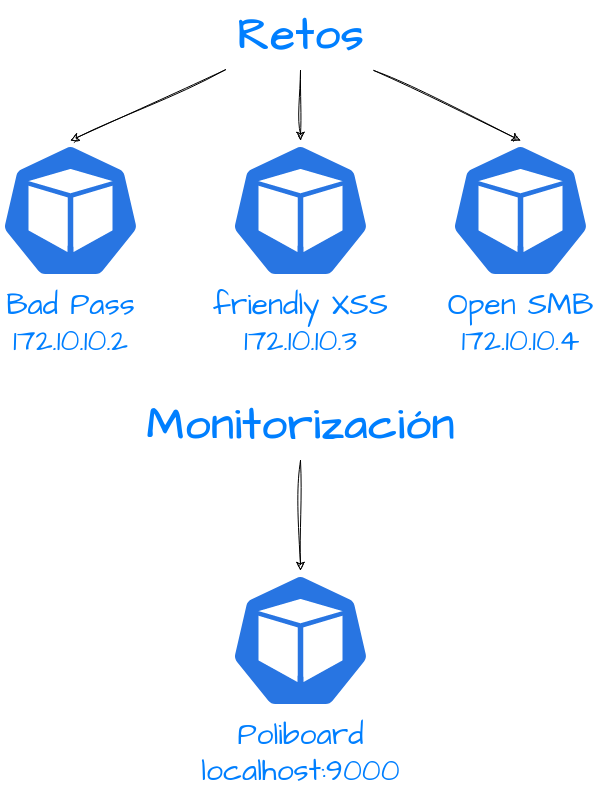
This is Images/docker.png from Newolfdark/TFM_Alejandro_Palacios, a draw.io export, as it was before one commit. Source tidied: cells renumbered, new cells last; positions are measured from the earlier drawing's top-left corner, leaving out a move shared by most shapes.
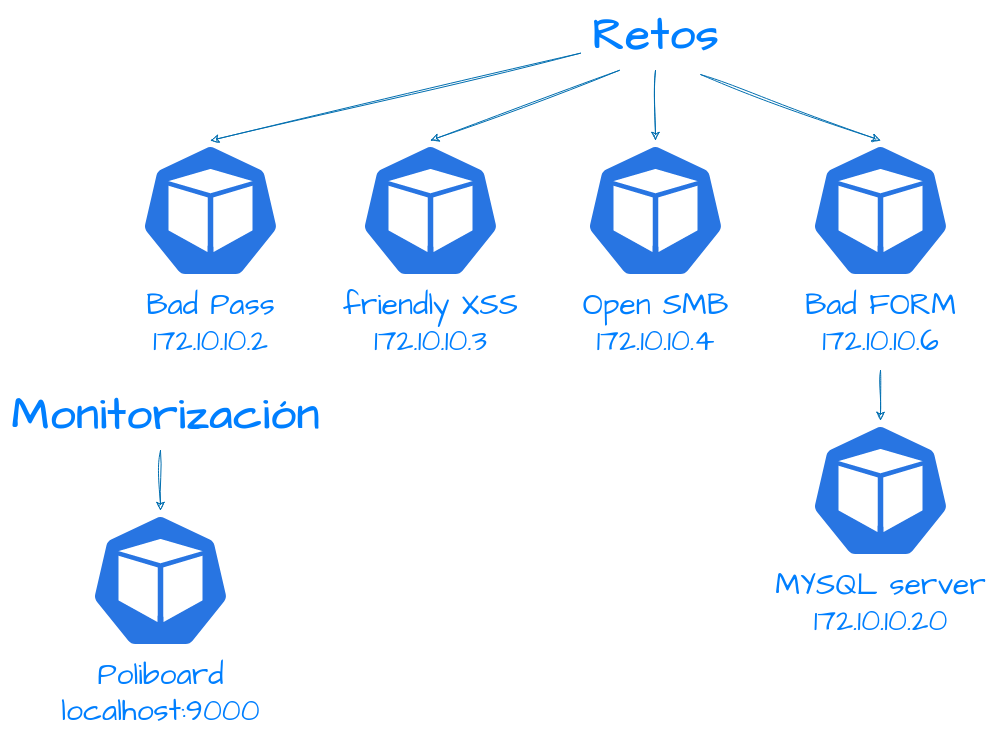
Above is the later version.

Change to the diagram source:
```diff
@@ -3,34 +3,51 @@
     <mxCell id="0" />
     <mxCell id="1" parent="0" />
     <mxCell id="2" value="&lt;div style=&quot;font-size: 30px;&quot;&gt;&lt;font style=&quot;font-size: 30px;&quot; color=&quot;#007FFF&quot;&gt;Bad Pass&lt;/font&gt;&lt;/div&gt;&lt;div style=&quot;font-size: 30px;&quot;&gt;&lt;font style=&quot;font-size: 30px;&quot; color=&quot;#007FFF&quot;&gt;172.10.10.2&lt;/font&gt;&lt;/div&gt;" style="sketch=0;html=1;dashed=0;whitespace=wrap;fillColor=#2875E2;strokeColor=#ffffff;points=[[0.005,0.63,0],[0.1,0.2,0],[0.9,0.2,0],[0.5,0,0],[0.995,0.63,0],[0.72,0.99,0],[0.5,1,0],[0.28,0.99,0]];verticalLabelPosition=bottom;align=center;verticalAlign=top;shape=mxgraph.kubernetes.icon;prIcon=pod;hachureGap=4;jiggle=2;curveFitting=1;fontFamily=Architects Daughter;fontSource=https%3A%2F%2Ffonts.googleapis.com%2Fcss%3Ffamily%3DArchitects%2BDaughter;fontSize=20;fontColor=#1A1A1A;" parent="1" vertex="1">
-      <mxGeometry y="140" width="140" height="140" as="geometry" />
+      <mxGeometry x="-215" y="150" width="140" height="140" as="geometry" />
     </mxCell>
     <mxCell id="3" value="&lt;div style=&quot;font-size: 30px;&quot;&gt;&lt;font color=&quot;#007FFF&quot;&gt;friendly XSS&lt;br&gt;&lt;/font&gt;&lt;/div&gt;&lt;div style=&quot;font-size: 30px;&quot;&gt;&lt;font style=&quot;font-size: 30px;&quot; color=&quot;#007FFF&quot;&gt;172.10.10.3&lt;/font&gt;&lt;/div&gt;" style="sketch=0;html=1;dashed=0;whitespace=wrap;fillColor=#2875E2;strokeColor=#ffffff;points=[[0.005,0.63,0],[0.1,0.2,0],[0.9,0.2,0],[0.5,0,0],[0.995,0.63,0],[0.72,0.99,0],[0.5,1,0],[0.28,0.99,0]];verticalLabelPosition=bottom;align=center;verticalAlign=top;shape=mxgraph.kubernetes.icon;prIcon=pod;hachureGap=4;jiggle=2;curveFitting=1;fontFamily=Architects Daughter;fontSource=https%3A%2F%2Ffonts.googleapis.com%2Fcss%3Ffamily%3DArchitects%2BDaughter;fontSize=20;fontColor=#1A1A1A;" parent="1" vertex="1">
-      <mxGeometry x="230" y="140" width="140" height="140" as="geometry" />
+      <mxGeometry x="5" y="150" width="140" height="140" as="geometry" />
     </mxCell>
     <mxCell id="4" value="&lt;div style=&quot;font-size: 30px;&quot;&gt;&lt;font color=&quot;#007FFF&quot;&gt;Open SMB&lt;br&gt;&lt;/font&gt;&lt;/div&gt;&lt;div style=&quot;font-size: 30px;&quot;&gt;&lt;font style=&quot;font-size: 30px;&quot; color=&quot;#007FFF&quot;&gt;172.10.10.4&lt;/font&gt;&lt;/div&gt;" style="sketch=0;html=1;dashed=0;whitespace=wrap;fillColor=#2875E2;strokeColor=#ffffff;points=[[0.005,0.63,0],[0.1,0.2,0],[0.9,0.2,0],[0.5,0,0],[0.995,0.63,0],[0.72,0.99,0],[0.5,1,0],[0.28,0.99,0]];verticalLabelPosition=bottom;align=center;verticalAlign=top;shape=mxgraph.kubernetes.icon;prIcon=pod;hachureGap=4;jiggle=2;curveFitting=1;fontFamily=Architects Daughter;fontSource=https%3A%2F%2Ffonts.googleapis.com%2Fcss%3Ffamily%3DArchitects%2BDaughter;fontSize=20;fontColor=#1A1A1A;" parent="1" vertex="1">
-      <mxGeometry x="450" y="140" width="140" height="140" as="geometry" />
+      <mxGeometry x="230" y="150" width="140" height="140" as="geometry" />
     </mxCell>
     <mxCell id="5" value="&lt;div style=&quot;font-size: 30px;&quot;&gt;&lt;font style=&quot;font-size: 30px;&quot; color=&quot;#007FFF&quot;&gt;Poliboard&lt;br&gt;&lt;/font&gt;&lt;/div&gt;&lt;div style=&quot;font-size: 30px;&quot;&gt;&lt;font color=&quot;#007FFF&quot;&gt;localhost:9000&lt;/font&gt;&lt;/div&gt;" style="sketch=0;html=1;dashed=0;whitespace=wrap;fillColor=#2875E2;strokeColor=#ffffff;points=[[0.005,0.63,0],[0.1,0.2,0],[0.9,0.2,0],[0.5,0,0],[0.995,0.63,0],[0.72,0.99,0],[0.5,1,0],[0.28,0.99,0]];verticalLabelPosition=bottom;align=center;verticalAlign=top;shape=mxgraph.kubernetes.icon;prIcon=pod;hachureGap=4;jiggle=2;curveFitting=1;fontFamily=Architects Daughter;fontSource=https%3A%2F%2Ffonts.googleapis.com%2Fcss%3Ffamily%3DArchitects%2BDaughter;fontSize=20;fontColor=#1A1A1A;" parent="1" vertex="1">
-      <mxGeometry x="230" y="570" width="140" height="140" as="geometry" />
+      <mxGeometry x="-265" y="520" width="140" height="140" as="geometry" />
     </mxCell>
     <mxCell id="6" value="&lt;font style=&quot;font-size: 45px;&quot; color=&quot;#007FFF&quot;&gt;&lt;b&gt;Retos&lt;/b&gt;&lt;/font&gt;" style="text;html=1;align=center;verticalAlign=middle;points=[];strokeColor=none;fillColor=none;fontSize=20;fontFamily=Architects Daughter;" parent="1" vertex="1">
-      <mxGeometry x="225" width="150" height="70" as="geometry" />
+      <mxGeometry x="225" y="10" width="150" height="70" as="geometry" />
     </mxCell>
-    <mxCell id="7" style="endArrow=classic;html=1;rounded=0;sketch=1;hachureGap=4;jiggle=2;curveFitting=1;fontFamily=Architects Daughter;fontSource=https%3A%2F%2Ffonts.googleapis.com%2Fcss%3Ffamily%3DArchitects%2BDaughter;fontSize=16;entryX=0.5;entryY=0;entryDx=0;entryDy=0;entryPerimeter=0;" parent="1" edge="1" source="6" target="2">
+    <mxCell id="7" style="endArrow=classic;html=1;rounded=0;sketch=1;hachureGap=4;jiggle=2;curveFitting=1;fontFamily=Architects Daughter;fontSource=https%3A%2F%2Ffonts.googleapis.com%2Fcss%3Ffamily%3DArchitects%2BDaughter;fontSize=16;entryX=0.5;entryY=0;entryDx=0;entryDy=0;entryPerimeter=0;fillColor=#1ba1e2;strokeColor=#006EAF;" parent="1" edge="1" source="6" target="2">
       <mxGeometry relative="1" as="geometry" />
     </mxCell>
-    <mxCell id="8" style="endArrow=classic;html=1;rounded=0;sketch=1;hachureGap=4;jiggle=2;curveFitting=1;fontFamily=Architects Daughter;fontSource=https%3A%2F%2Ffonts.googleapis.com%2Fcss%3Ffamily%3DArchitects%2BDaughter;fontSize=16;entryX=0.5;entryY=0;entryDx=0;entryDy=0;entryPerimeter=0;" parent="1" edge="1" source="6" target="3">
+    <mxCell id="8" style="endArrow=classic;html=1;rounded=0;sketch=1;hachureGap=4;jiggle=2;curveFitting=1;fontFamily=Architects Daughter;fontSource=https%3A%2F%2Ffonts.googleapis.com%2Fcss%3Ffamily%3DArchitects%2BDaughter;fontSize=16;entryX=0.5;entryY=0;entryDx=0;entryDy=0;entryPerimeter=0;exitX=0.259;exitY=0.998;exitDx=0;exitDy=0;exitPerimeter=0;fillColor=#1ba1e2;strokeColor=#006EAF;" parent="1" edge="1" source="6" target="3">
       <mxGeometry relative="1" as="geometry" />
     </mxCell>
-    <mxCell id="9" style="endArrow=classic;html=1;rounded=0;sketch=1;hachureGap=4;jiggle=2;curveFitting=1;fontFamily=Architects Daughter;fontSource=https%3A%2F%2Ffonts.googleapis.com%2Fcss%3Ffamily%3DArchitects%2BDaughter;fontSize=16;entryX=0.5;entryY=0;entryDx=0;entryDy=0;entryPerimeter=0;" parent="1" edge="1" source="6" target="4">
+    <mxCell id="9" style="endArrow=classic;html=1;rounded=0;sketch=1;hachureGap=4;jiggle=2;curveFitting=1;fontFamily=Architects Daughter;fontSource=https%3A%2F%2Ffonts.googleapis.com%2Fcss%3Ffamily%3DArchitects%2BDaughter;fontSize=16;entryX=0.5;entryY=0;entryDx=0;entryDy=0;entryPerimeter=0;fillColor=#1ba1e2;strokeColor=#006EAF;" parent="1" edge="1" source="6" target="4">
       <mxGeometry relative="1" as="geometry" />
     </mxCell>
     <mxCell id="10" value="&lt;font style=&quot;font-size: 45px;&quot; color=&quot;#007FFF&quot;&gt;&lt;b&gt;Monitorización&lt;/b&gt;&lt;/font&gt;" style="text;html=1;align=center;verticalAlign=middle;points=[];strokeColor=none;fillColor=none;fontSize=20;fontFamily=Architects Daughter;" parent="1" vertex="1">
-      <mxGeometry x="135" y="390" width="330" height="70" as="geometry" />
+      <mxGeometry x="-355" y="390" width="330" height="70" as="geometry" />
     </mxCell>
-    <mxCell id="11" style="endArrow=classic;html=1;rounded=0;sketch=1;hachureGap=4;jiggle=2;curveFitting=1;fontFamily=Architects Daughter;fontSource=https%3A%2F%2Ffonts.googleapis.com%2Fcss%3Ffamily%3DArchitects%2BDaughter;fontSize=16;entryX=0.5;entryY=0;entryDx=0;entryDy=0;entryPerimeter=0;" parent="1" edge="1" source="10" target="5">
-      <mxGeometry relative="1" as="geometry" />
+    <mxCell id="11" style="endArrow=classic;html=1;rounded=0;sketch=1;hachureGap=4;jiggle=2;curveFitting=1;fontFamily=Architects Daughter;fontSource=https%3A%2F%2Ffonts.googleapis.com%2Fcss%3Ffamily%3DArchitects%2BDaughter;fontSize=16;entryX=0.5;entryY=0;entryDx=0;entryDy=0;entryPerimeter=0;fillColor=#1ba1e2;strokeColor=#006EAF;" parent="1" edge="1" target="5">
+      <mxGeometry relative="1" as="geometry">
+        <mxPoint x="-195" y="460" as="sourcePoint" />
+      </mxGeometry>
     </mxCell>
+    <mxCell id="12" value="&lt;div style=&quot;font-size: 30px;&quot;&gt;&lt;font color=&quot;#007FFF&quot;&gt;Bad FORM&lt;br&gt;&lt;/font&gt;&lt;/div&gt;&lt;div style=&quot;font-size: 30px;&quot;&gt;&lt;font style=&quot;font-size: 30px;&quot; color=&quot;#007FFF&quot;&gt;172.10.10.6&lt;/font&gt;&lt;/div&gt;" style="sketch=0;html=1;dashed=0;whitespace=wrap;fillColor=#2875E2;strokeColor=#ffffff;points=[[0.005,0.63,0],[0.1,0.2,0],[0.9,0.2,0],[0.5,0,0],[0.995,0.63,0],[0.72,0.99,0],[0.5,1,0],[0.28,0.99,0]];verticalLabelPosition=bottom;align=center;verticalAlign=top;shape=mxgraph.kubernetes.icon;prIcon=pod;hachureGap=4;jiggle=2;curveFitting=1;fontFamily=Architects Daughter;fontSource=https%3A%2F%2Ffonts.googleapis.com%2Fcss%3Ffamily%3DArchitects%2BDaughter;fontSize=20;fontColor=#1A1A1A;" parent="1" vertex="1">
+      <mxGeometry x="455" y="150" width="140" height="140" as="geometry" />
+    </mxCell>
+    <mxCell id="13" value="&lt;div style=&quot;font-size: 30px;&quot;&gt;&lt;font color=&quot;#007FFF&quot;&gt;MYSQL server&lt;br&gt;&lt;/font&gt;&lt;/div&gt;&lt;div style=&quot;font-size: 30px;&quot;&gt;&lt;font style=&quot;font-size: 30px;&quot; color=&quot;#007FFF&quot;&gt;172.10.10.20&lt;/font&gt;&lt;/div&gt;" style="sketch=0;html=1;dashed=0;whitespace=wrap;fillColor=#2875E2;strokeColor=#ffffff;verticalLabelPosition=bottom;align=center;verticalAlign=top;shape=mxgraph.kubernetes.icon;prIcon=pod;hachureGap=4;jiggle=2;curveFitting=1;fontFamily=Architects Daughter;fontSource=https%3A%2F%2Ffonts.googleapis.com%2Fcss%3Ffamily%3DArchitects%2BDaughter;fontSize=20;fontColor=#1A1A1A;" parent="1" vertex="1">
+      <mxGeometry x="455" y="430" width="140" height="140" as="geometry" />
+    </mxCell>
+    <mxCell id="14" style="endArrow=classic;html=1;rounded=0;sketch=1;hachureGap=4;jiggle=2;curveFitting=1;fontFamily=Architects Daughter;fontSource=https%3A%2F%2Ffonts.googleapis.com%2Fcss%3Ffamily%3DArchitects%2BDaughter;fontSize=16;entryX=0.5;entryY=0;entryDx=0;entryDy=0;entryPerimeter=0;fillColor=#1ba1e2;strokeColor=#006EAF;exitX=0.802;exitY=1.059;exitDx=0;exitDy=0;exitPerimeter=0;" parent="1" edge="1" source="6" target="12">
+      <mxGeometry relative="1" as="geometry" />
+    </mxCell>
+    <mxCell id="15" style="endArrow=classic;html=1;rounded=0;sketch=1;hachureGap=4;jiggle=2;curveFitting=1;fontFamily=Architects Daughter;fontSource=https%3A%2F%2Ffonts.googleapis.com%2Fcss%3Ffamily%3DArchitects%2BDaughter;fontSize=16;fillColor=#1ba1e2;strokeColor=#006EAF;" parent="1" edge="1">
+      <mxGeometry relative="1" as="geometry">
+        <mxPoint x="525" y="380" as="sourcePoint" />
+        <mxPoint x="525" y="430" as="targetPoint" />
+      </mxGeometry>
+    </mxCell>
   </root>
 </mxGraphModel>
```
